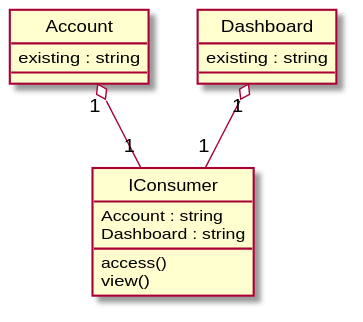
xixixhalu/DomainModelExtractor keeps this PlantUML diagram as Diagrams/2014-USC-Project12.svg. Above is the earlier version.
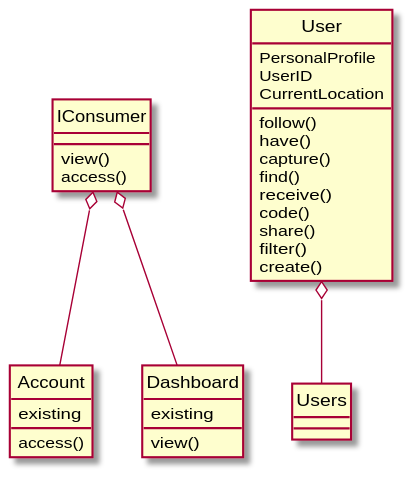
Later version of the same file.

Change to the diagram source:
```diff
@@ -1,17 +1,32 @@
 @startuml
 hide circle
 class IConsumer {
-	Account : string
-	Dashboard : string
+	view()
 	access()
+}
+class Account {
+	existing
+	access()
+}
+class Dashboard {
+	existing
 	view()
 }
-class Account {
-	existing : string
+class User {
+	PersonalProfile
+	UserID
+	CurrentLocation
+	follow()
+	have()
+	capture()
+	find()
+	receive()
+	code()
+	share()
+	filter()
+	create()
 }
-class Dashboard {
-	existing : string
-}
-Account "1" o-- "1" IConsumer
-Dashboard "1" o-- "1" IConsumer
+IConsumer o-- Account
+IConsumer o-- Dashboard
+User o-- Users
 @enduml
```
